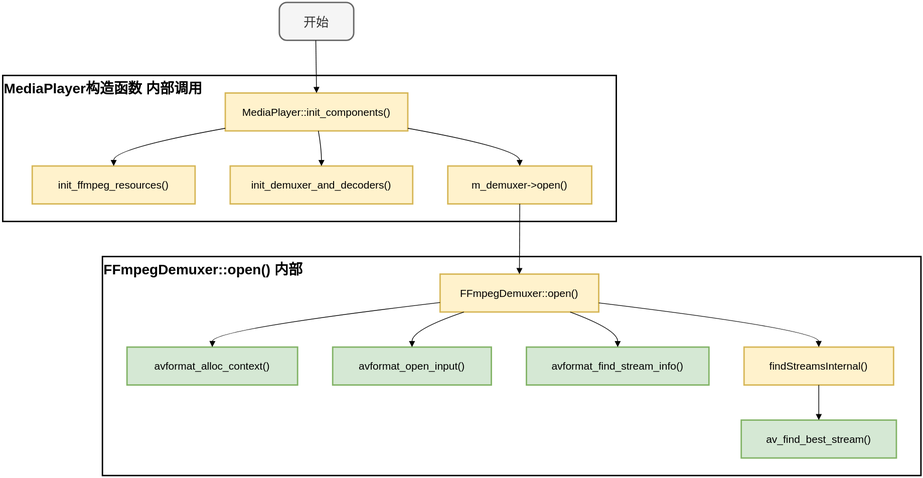
Above: docs/assets/pic3_1-initialization_flowchart.svg in Ko-vey/SDLplayerCore (draw.io), before the change. Source tidied: cells renumbered, new cells last; positions are measured from the earlier drawing's top-left corner, leaving out a move shared by most shapes.
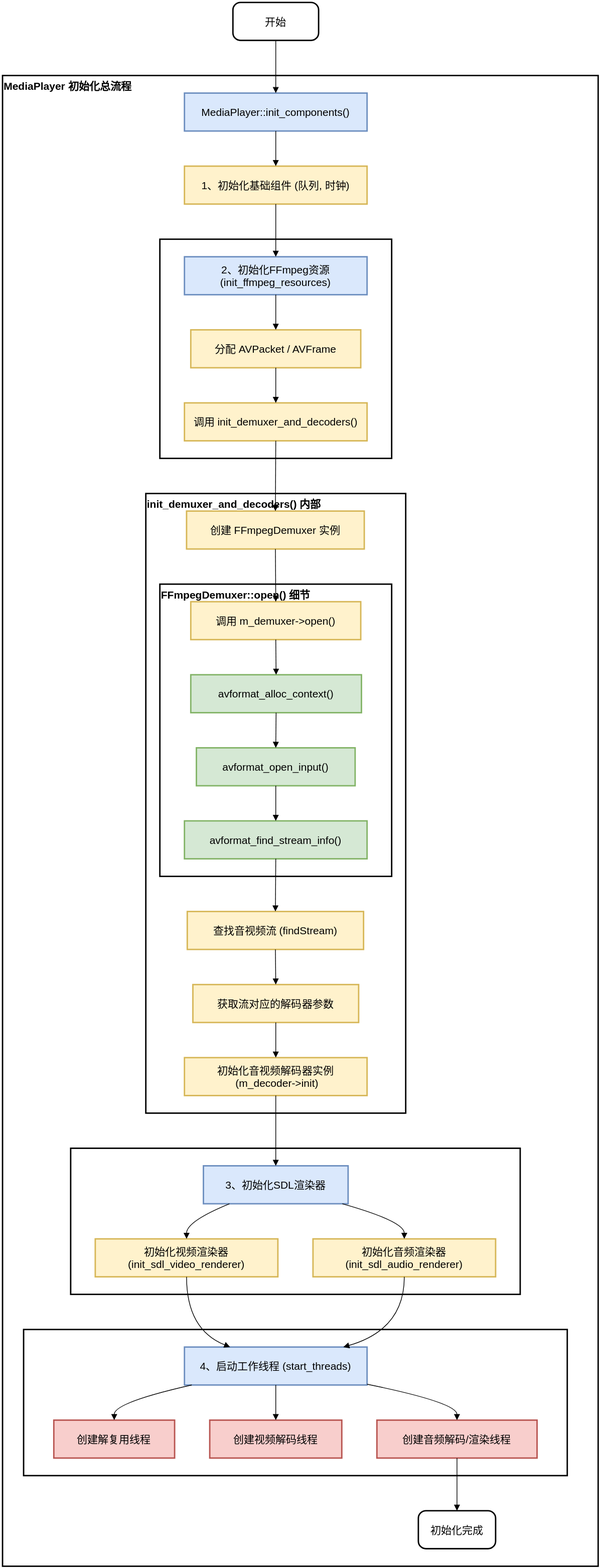
After the commit.

Commit message:
丰富初始化流程图的内容和细节

The edit, as a diff of the source:
```diff
@@ -2,102 +2,179 @@
   <root>
     <mxCell id="0" />
     <mxCell id="1" parent="0" />
-    <mxCell id="2" value="FFmpegDemuxer::open() 内部" style="whiteSpace=wrap;strokeWidth=2;fontStyle=1;align=left;verticalAlign=top;fontSize=20;" parent="1" vertex="1">
-      <mxGeometry x="142" y="362" width="1166" height="312" as="geometry" />
-    </mxCell>
-    <mxCell id="3" value="MediaPlayer构造函数 内部调用" style="whiteSpace=wrap;strokeWidth=2;fontStyle=1;align=left;verticalAlign=top;fontSize=20;" parent="1" vertex="1">
-      <mxGeometry y="104" width="874" height="208" as="geometry" />
-    </mxCell>
+    <mxCell id="25" value="MediaPlayer 初始化总流程" style="whiteSpace=wrap;strokeWidth=2;align=left;verticalAlign=top;fontStyle=1;fontSize=15;" parent="1" vertex="1">
+      <mxGeometry x="1550" y="4" width="848" height="2122" as="geometry" />
+    </mxCell>
+    <mxCell id="26" style="whiteSpace=wrap;strokeWidth=2;align=left;verticalAlign=top;fontStyle=1;fontSize=15;" parent="1" vertex="1">
+      <mxGeometry x="1580" y="1789" width="774" height="208" as="geometry" />
+    </mxCell>
+    <mxCell id="27" style="whiteSpace=wrap;strokeWidth=2;align=left;verticalAlign=top;fontStyle=1;fontSize=15;" parent="1" vertex="1">
+      <mxGeometry x="1647" y="1531" width="640" height="208" as="geometry" />
+    </mxCell>
+    <mxCell id="28" value="init_demuxer_and_decoders() 内部" style="whiteSpace=wrap;strokeWidth=2;align=left;verticalAlign=top;fontStyle=1;fontSize=15;" parent="1" vertex="1">
+      <mxGeometry x="1754" y="599" width="370" height="882" as="geometry" />
+    </mxCell>
+    <mxCell id="29" value="FFmpegDemuxer::open() 细节" style="whiteSpace=wrap;strokeWidth=2;align=left;verticalAlign=top;fontStyle=1;fontSize=15;" parent="1" vertex="1">
+      <mxGeometry x="1774" y="728" width="330" height="416" as="geometry" />
+    </mxCell>
+    <mxCell id="30" style="whiteSpace=wrap;strokeWidth=2;align=left;verticalAlign=top;fontStyle=1;fontSize=15;" parent="1" vertex="1">
+      <mxGeometry x="1774" y="237" width="330" height="312" as="geometry" />
+    </mxCell>
-    <mxCell id="4" value="开始" style="rounded=1;arcSize=20;strokeWidth=2;fillColor=#f5f5f5;strokeColor=#666666;fontColor=#333333;fontSize=18;" parent="1" vertex="1">
-      <mxGeometry x="394" width="106" height="54" as="geometry" />
+    <mxCell id="4" value="开始" style="rounded=1;arcSize=20;strokeWidth=2;fontSize=15;" parent="1" vertex="1">
+      <mxGeometry x="1878" y="-100" width="122" height="54" as="geometry" />
     </mxCell>
-    <mxCell id="5" value="MediaPlayer::init_components()" style="whiteSpace=wrap;strokeWidth=2;fillColor=#fff2cc;strokeColor=#d6b656;fontSize=15;" parent="1" vertex="1">
-      <mxGeometry x="317" y="129" width="260" height="54" as="geometry" />
+    <mxCell id="5" value="MediaPlayer::init_components()" style="whiteSpace=wrap;strokeWidth=2;fontSize=15;fillColor=#dae8fc;strokeColor=#6c8ebf;" parent="1" vertex="1">
+      <mxGeometry x="1809" y="29" width="260" height="54" as="geometry" />
     </mxCell>
-    <mxCell id="6" value="init_ffmpeg_resources()" style="whiteSpace=wrap;strokeWidth=2;fillColor=#fff2cc;strokeColor=#d6b656;fontSize=15;" parent="1" vertex="1">
-      <mxGeometry x="42" y="233" width="232" height="54" as="geometry" />
-    </mxCell>
-    <mxCell id="7" value="init_demuxer_and_decoders()" style="whiteSpace=wrap;strokeWidth=2;fillColor=#fff2cc;strokeColor=#d6b656;fontSize=15;" parent="1" vertex="1">
-      <mxGeometry x="324" y="233" width="260" height="54" as="geometry" />
-    </mxCell>
-    <mxCell id="8" value="m_demuxer-&gt;open()" style="whiteSpace=wrap;strokeWidth=2;fillColor=#fff2cc;strokeColor=#d6b656;fontSize=15;" parent="1" vertex="1">
-      <mxGeometry x="634" y="233" width="205" height="54" as="geometry" />
-    </mxCell>
-    <mxCell id="9" value="FFmpegDemuxer::open()" style="whiteSpace=wrap;strokeWidth=2;fillColor=#fff2cc;strokeColor=#d6b656;fontSize=15;" parent="1" vertex="1">
-      <mxGeometry x="623" y="387" width="226" height="54" as="geometry" />
-    </mxCell>
+    <mxCell id="31" value="1、初始化基础组件 (队列, 时钟)" style="whiteSpace=wrap;strokeWidth=2;fontSize=15;fillColor=#fff2cc;strokeColor=#d6b656;" parent="1" vertex="1">
+      <mxGeometry x="1809" y="133" width="260" height="54" as="geometry" />
+    </mxCell>
+    <mxCell id="32" value="2、初始化FFmpeg资源 &#10;(init_ffmpeg_resources)" style="whiteSpace=wrap;strokeWidth=2;fontSize=15;fillColor=#dae8fc;strokeColor=#6c8ebf;" parent="1" vertex="1">
+      <mxGeometry x="1809" y="262" width="260" height="54" as="geometry" />
+    </mxCell>
+    <mxCell id="33" value="分配 AVPacket / AVFrame" style="whiteSpace=wrap;strokeWidth=2;fontSize=15;fillColor=#fff2cc;strokeColor=#d6b656;" parent="1" vertex="1">
+      <mxGeometry x="1818" y="366" width="242" height="54" as="geometry" />
+    </mxCell>
+    <mxCell id="34" value="调用 init_demuxer_and_decoders()" style="whiteSpace=wrap;strokeWidth=2;fontSize=15;fillColor=#fff2cc;strokeColor=#d6b656;" parent="1" vertex="1">
+      <mxGeometry x="1809" y="470" width="260" height="54" as="geometry" />
+    </mxCell>
+    <mxCell id="35" value="创建 FFmpegDemuxer 实例" style="whiteSpace=wrap;strokeWidth=2;fontSize=15;fillColor=#fff2cc;strokeColor=#d6b656;" parent="1" vertex="1">
+      <mxGeometry x="1812" y="624" width="253" height="54" as="geometry" />
+    </mxCell>
+    <mxCell id="36" value="调用 m_demuxer-&gt;open()" style="whiteSpace=wrap;strokeWidth=2;fontSize=15;fillColor=#fff2cc;strokeColor=#d6b656;" parent="1" vertex="1">
+      <mxGeometry x="1818" y="753" width="242" height="54" as="geometry" />
+    </mxCell>
-    <mxCell id="10" value="avformat_alloc_context()" style="whiteSpace=wrap;strokeWidth=2;fillColor=#d5e8d4;strokeColor=#82b366;fontSize=15;" parent="1" vertex="1">
-      <mxGeometry x="177" y="491" width="243" height="54" as="geometry" />
+    <mxCell id="10" value="avformat_alloc_context()" style="whiteSpace=wrap;strokeWidth=2;fontSize=15;fillColor=#d5e8d4;strokeColor=#82b366;" parent="1" vertex="1">
+      <mxGeometry x="1818" y="857" width="243" height="54" as="geometry" />
     </mxCell>
-    <mxCell id="11" value="avformat_open_input()" style="whiteSpace=wrap;strokeWidth=2;fillColor=#d5e8d4;strokeColor=#82b366;fontSize=15;" parent="1" vertex="1">
-      <mxGeometry x="470" y="491" width="226" height="54" as="geometry" />
+    <mxCell id="11" value="avformat_open_input()" style="whiteSpace=wrap;strokeWidth=2;fontSize=15;fillColor=#d5e8d4;strokeColor=#82b366;" parent="1" vertex="1">
+      <mxGeometry x="1826" y="961" width="226" height="54" as="geometry" />
     </mxCell>
-    <mxCell id="12" value="avformat_find_stream_info()" style="whiteSpace=wrap;strokeWidth=2;fillColor=#d5e8d4;strokeColor=#82b366;fontSize=15;" parent="1" vertex="1">
-      <mxGeometry x="746" y="491" width="260" height="54" as="geometry" />
+    <mxCell id="12" value="avformat_find_stream_info()" style="whiteSpace=wrap;strokeWidth=2;fontSize=15;fillColor=#d5e8d4;strokeColor=#82b366;" parent="1" vertex="1">
+      <mxGeometry x="1809" y="1065" width="260" height="54" as="geometry" />
     </mxCell>
-    <mxCell id="13" value="findStreamsInternal()" style="whiteSpace=wrap;strokeWidth=2;fillColor=#fff2cc;strokeColor=#d6b656;fontSize=15;" parent="1" vertex="1">
-      <mxGeometry x="1056" y="491" width="213" height="54" as="geometry" />
-    </mxCell>
-    <mxCell id="14" value="av_find_best_stream()" style="whiteSpace=wrap;strokeWidth=2;fillColor=#d5e8d4;strokeColor=#82b366;fontSize=15;" parent="1" vertex="1">
-      <mxGeometry x="1052" y="595" width="221" height="54" as="geometry" />
-    </mxCell>
+    <mxCell id="37" value="查找音视频流 (findStream)" style="whiteSpace=wrap;strokeWidth=2;fontSize=15;fillColor=#fff2cc;strokeColor=#d6b656;" parent="1" vertex="1">
+      <mxGeometry x="1813" y="1194" width="251" height="54" as="geometry" />
+    </mxCell>
+    <mxCell id="38" value="获取流对应的解码器参数" style="whiteSpace=wrap;strokeWidth=2;fontSize=15;fillColor=#fff2cc;strokeColor=#d6b656;" parent="1" vertex="1">
+      <mxGeometry x="1821" y="1298" width="236" height="54" as="geometry" />
+    </mxCell>
+    <mxCell id="39" value="初始化音视频解码器实例&#10; (m_decoder-&gt;init)" style="whiteSpace=wrap;strokeWidth=2;fontSize=15;fillColor=#fff2cc;strokeColor=#d6b656;" parent="1" vertex="1">
+      <mxGeometry x="1809" y="1402" width="260" height="54" as="geometry" />
+    </mxCell>
+    <mxCell id="40" value="3、初始化SDL渲染器" style="whiteSpace=wrap;strokeWidth=2;fontSize=15;fillColor=#dae8fc;strokeColor=#6c8ebf;" parent="1" vertex="1">
+      <mxGeometry x="1836" y="1556" width="206" height="54" as="geometry" />
+    </mxCell>
+    <mxCell id="41" value="初始化视频渲染器 (init_sdl_video_renderer)" style="whiteSpace=wrap;strokeWidth=2;fontSize=15;fillColor=#fff2cc;strokeColor=#d6b656;" parent="1" vertex="1">
+      <mxGeometry x="1682" y="1660" width="260" height="54" as="geometry" />
+    </mxCell>
+    <mxCell id="42" value="初始化音频渲染器 (init_sdl_audio_renderer)" style="whiteSpace=wrap;strokeWidth=2;fontSize=15;fillColor=#fff2cc;strokeColor=#d6b656;" parent="1" vertex="1">
+      <mxGeometry x="1992" y="1660" width="260" height="54" as="geometry" />
+    </mxCell>
+    <mxCell id="43" value="4、启动工作线程 (start_threads)" style="whiteSpace=wrap;strokeWidth=2;fontSize=15;fillColor=#dae8fc;strokeColor=#6c8ebf;" parent="1" vertex="1">
+      <mxGeometry x="1809" y="1814" width="260" height="54" as="geometry" />
+    </mxCell>
+    <mxCell id="44" value="创建解复用线程" style="whiteSpace=wrap;strokeWidth=2;fontSize=15;fillColor=#f8cecc;strokeColor=#b85450;" parent="1" vertex="1">
+      <mxGeometry x="1623" y="1918" width="172" height="54" as="geometry" />
+    </mxCell>
+    <mxCell id="45" value="创建视频解码线程" style="whiteSpace=wrap;strokeWidth=2;fontSize=15;fillColor=#f8cecc;strokeColor=#b85450;" parent="1" vertex="1">
+      <mxGeometry x="1845" y="1918" width="188" height="54" as="geometry" />
+    </mxCell>
+    <mxCell id="46" value="创建音频解码/渲染线程" style="whiteSpace=wrap;strokeWidth=2;fontSize=15;fillColor=#f8cecc;strokeColor=#b85450;" parent="1" vertex="1">
+      <mxGeometry x="2083" y="1918" width="228" height="54" as="geometry" />
+    </mxCell>
+    <mxCell id="47" value="初始化完成" style="rounded=1;arcSize=20;strokeWidth=2;fontSize=15;" parent="1" vertex="1">
+      <mxGeometry x="2142" y="2047" width="110" height="54" as="geometry" />
+    </mxCell>
-    <mxCell id="15" style="curved=1;startArrow=none;endArrow=block;exitX=0.49;exitY=1;entryX=0.5;entryY=0;rounded=0;" parent="1" edge="1" source="4" target="5">
+    <mxCell id="15" style="curved=1;startArrow=none;endArrow=block;exitX=0.5;exitY=1;entryX=0.5;entryY=0;rounded=0;" parent="1" edge="1" source="4" target="5">
       <mxGeometry relative="1" as="geometry" />
     </mxCell>
-    <mxCell id="16" style="curved=1;startArrow=none;endArrow=block;exitX=0;exitY=0.93;entryX=0.5;entryY=0;rounded=0;" parent="1" edge="1" source="5" target="6">
-      <mxGeometry relative="1" as="geometry">
-        <Array as="points">
-          <mxPoint x="158" y="208" />
-        </Array>
-      </mxGeometry>
-    </mxCell>
-    <mxCell id="17" style="curved=1;startArrow=none;endArrow=block;exitX=0.51;exitY=1;entryX=0.5;entryY=0;rounded=0;" parent="1" edge="1" source="5" target="7">
-      <mxGeometry relative="1" as="geometry">
-        <Array as="points">
-          <mxPoint x="454" y="208" />
-        </Array>
-      </mxGeometry>
-    </mxCell>
-    <mxCell id="18" style="curved=1;startArrow=none;endArrow=block;exitX=1;exitY=0.93;entryX=0.5;entryY=0;rounded=0;" parent="1" edge="1" source="5" target="8">
-      <mxGeometry relative="1" as="geometry">
-        <Array as="points">
-          <mxPoint x="736" y="208" />
-        </Array>
-      </mxGeometry>
-    </mxCell>
-    <mxCell id="19" style="curved=1;startArrow=none;endArrow=block;exitX=0.5;exitY=1;entryX=0.5;entryY=0;rounded=0;" parent="1" edge="1" source="8" target="9">
-      <mxGeometry relative="1" as="geometry" />
-    </mxCell>
-    <mxCell id="20" style="curved=1;startArrow=none;endArrow=block;exitX=0;exitY=0.75;entryX=0.5;entryY=0;rounded=0;" parent="1" edge="1" source="9" target="10">
-      <mxGeometry relative="1" as="geometry">
-        <Array as="points">
-          <mxPoint x="299" y="466" />
-        </Array>
-      </mxGeometry>
-    </mxCell>
-    <mxCell id="21" style="curved=1;startArrow=none;endArrow=block;exitX=0.15;exitY=1;entryX=0.5;entryY=0;rounded=0;" parent="1" edge="1" source="9" target="11">
-      <mxGeometry relative="1" as="geometry">
-        <Array as="points">
-          <mxPoint x="583" y="466" />
-        </Array>
-      </mxGeometry>
-    </mxCell>
-    <mxCell id="22" style="curved=1;startArrow=none;endArrow=block;exitX=0.82;exitY=1;entryX=0.5;entryY=0;rounded=0;" parent="1" edge="1" source="9" target="12">
-      <mxGeometry relative="1" as="geometry">
-        <Array as="points">
-          <mxPoint x="876" y="466" />
-        </Array>
-      </mxGeometry>
-    </mxCell>
-    <mxCell id="23" style="curved=1;startArrow=none;endArrow=block;exitX=1;exitY=0.76;entryX=0.5;entryY=0;rounded=0;" parent="1" edge="1" source="9" target="13">
-      <mxGeometry relative="1" as="geometry">
-        <Array as="points">
-          <mxPoint x="1162" y="466" />
-        </Array>
-      </mxGeometry>
-    </mxCell>
-    <mxCell id="24" style="curved=1;startArrow=none;endArrow=block;exitX=0.5;exitY=1;entryX=0.5;entryY=0;rounded=0;" parent="1" edge="1" source="13" target="14">
-      <mxGeometry relative="1" as="geometry" />
-    </mxCell>
+    <mxCell id="48" style="curved=1;startArrow=none;endArrow=block;exitX=0.5;exitY=1;entryX=0.5;entryY=0;rounded=0;" parent="1" edge="1" source="5" target="31">
+      <mxGeometry relative="1" as="geometry" />
+    </mxCell>
+    <mxCell id="49" style="curved=1;startArrow=none;endArrow=block;exitX=0.5;exitY=1;entryX=0.5;entryY=0;rounded=0;" parent="1" edge="1" source="31" target="32">
+      <mxGeometry relative="1" as="geometry" />
+    </mxCell>
+    <mxCell id="50" style="curved=1;startArrow=none;endArrow=block;exitX=0.5;exitY=1;entryX=0.5;entryY=0;rounded=0;" parent="1" edge="1" source="32" target="33">
+      <mxGeometry relative="1" as="geometry" />
+    </mxCell>
+    <mxCell id="51" style="curved=1;startArrow=none;endArrow=block;exitX=0.5;exitY=1;entryX=0.5;entryY=0;rounded=0;" parent="1" edge="1" source="33" target="34">
+      <mxGeometry relative="1" as="geometry" />
+    </mxCell>
+    <mxCell id="52" style="curved=1;startArrow=none;endArrow=block;exitX=0.5;exitY=1;entryX=0.5;entryY=0;rounded=0;" parent="1" edge="1" source="34" target="35">
+      <mxGeometry relative="1" as="geometry" />
+    </mxCell>
+    <mxCell id="53" style="curved=1;startArrow=none;endArrow=block;exitX=0.5;exitY=1;entryX=0.5;entryY=0;rounded=0;" parent="1" edge="1" source="35" target="36">
+      <mxGeometry relative="1" as="geometry" />
+    </mxCell>
+    <mxCell id="54" style="curved=1;startArrow=none;endArrow=block;exitX=0.5;exitY=1;entryX=0.5;entryY=0;rounded=0;" parent="1" edge="1" source="36" target="10">
+      <mxGeometry relative="1" as="geometry" />
+    </mxCell>
+    <mxCell id="55" style="curved=1;startArrow=none;endArrow=block;exitX=0.5;exitY=1;entryX=0.5;entryY=0;rounded=0;" parent="1" edge="1" source="10" target="11">
+      <mxGeometry relative="1" as="geometry" />
+    </mxCell>
+    <mxCell id="56" style="curved=1;startArrow=none;endArrow=block;exitX=0.5;exitY=1;entryX=0.5;entryY=0;rounded=0;" parent="1" edge="1" source="11" target="12">
+      <mxGeometry relative="1" as="geometry" />
+    </mxCell>
+    <mxCell id="57" style="curved=1;startArrow=none;endArrow=block;exitX=0.5;exitY=1;entryX=0.5;entryY=0;rounded=0;" parent="1" edge="1" source="12" target="37">
+      <mxGeometry relative="1" as="geometry" />
+    </mxCell>
+    <mxCell id="58" style="curved=1;startArrow=none;endArrow=block;exitX=0.5;exitY=1;entryX=0.5;entryY=0;rounded=0;" parent="1" edge="1" source="37" target="38">
+      <mxGeometry relative="1" as="geometry" />
+    </mxCell>
+    <mxCell id="59" style="curved=1;startArrow=none;endArrow=block;exitX=0.5;exitY=1;entryX=0.5;entryY=0;rounded=0;" parent="1" edge="1" source="38" target="39">
+      <mxGeometry relative="1" as="geometry" />
+    </mxCell>
+    <mxCell id="60" style="curved=1;startArrow=none;endArrow=block;exitX=0.5;exitY=1;entryX=0.5;entryY=0;rounded=0;" parent="1" edge="1" source="39" target="40">
+      <mxGeometry relative="1" as="geometry" />
+    </mxCell>
+    <mxCell id="61" style="curved=1;startArrow=none;endArrow=block;exitX=0.18;exitY=1;entryX=0.5;entryY=0;rounded=0;" parent="1" edge="1" source="40" target="41">
+      <mxGeometry relative="1" as="geometry">
+        <Array as="points">
+          <mxPoint x="1812" y="1635" />
+        </Array>
+      </mxGeometry>
+    </mxCell>
+    <mxCell id="62" style="curved=1;startArrow=none;endArrow=block;exitX=0.96;exitY=1;entryX=0.5;entryY=0;rounded=0;" parent="1" edge="1" source="40" target="42">
+      <mxGeometry relative="1" as="geometry">
+        <Array as="points">
+          <mxPoint x="2122" y="1635" />
+        </Array>
+      </mxGeometry>
+    </mxCell>
+    <mxCell id="63" style="curved=1;startArrow=none;endArrow=block;exitX=0.5;exitY=1;entryX=0.25;entryY=0;rounded=0;" parent="1" edge="1" source="41" target="43">
+      <mxGeometry relative="1" as="geometry">
+        <Array as="points">
+          <mxPoint x="1812" y="1789" />
+        </Array>
+      </mxGeometry>
+    </mxCell>
+    <mxCell id="64" style="curved=1;startArrow=none;endArrow=block;exitX=0.5;exitY=1;entryX=0.87;entryY=0;rounded=0;" parent="1" edge="1" source="42" target="43">
+      <mxGeometry relative="1" as="geometry">
+        <Array as="points">
+          <mxPoint x="2122" y="1789" />
+        </Array>
+      </mxGeometry>
+    </mxCell>
+    <mxCell id="65" style="curved=1;startArrow=none;endArrow=block;exitX=0.04;exitY=1;entryX=0.5;entryY=0;rounded=0;" parent="1" edge="1" source="43" target="44">
+      <mxGeometry relative="1" as="geometry">
+        <Array as="points">
+          <mxPoint x="1709" y="1893" />
+        </Array>
+      </mxGeometry>
+    </mxCell>
+    <mxCell id="66" style="curved=1;startArrow=none;endArrow=block;exitX=0.5;exitY=1;entryX=0.5;entryY=0;rounded=0;" parent="1" edge="1" source="43" target="45">
+      <mxGeometry relative="1" as="geometry" />
+    </mxCell>
+    <mxCell id="67" style="curved=1;startArrow=none;endArrow=block;exitX=1;exitY=0.98;entryX=0.5;entryY=0;rounded=0;" parent="1" edge="1" source="43" target="46">
+      <mxGeometry relative="1" as="geometry">
+        <Array as="points">
+          <mxPoint x="2197" y="1893" />
+        </Array>
+      </mxGeometry>
+    </mxCell>
+    <mxCell id="68" style="curved=1;startArrow=none;endArrow=block;exitX=0.5;exitY=1;entryX=0.5;entryY=0;rounded=0;" parent="1" edge="1" source="46" target="47">
+      <mxGeometry relative="1" as="geometry" />
+    </mxCell>
   </root>
 </mxGraphModel>
```
